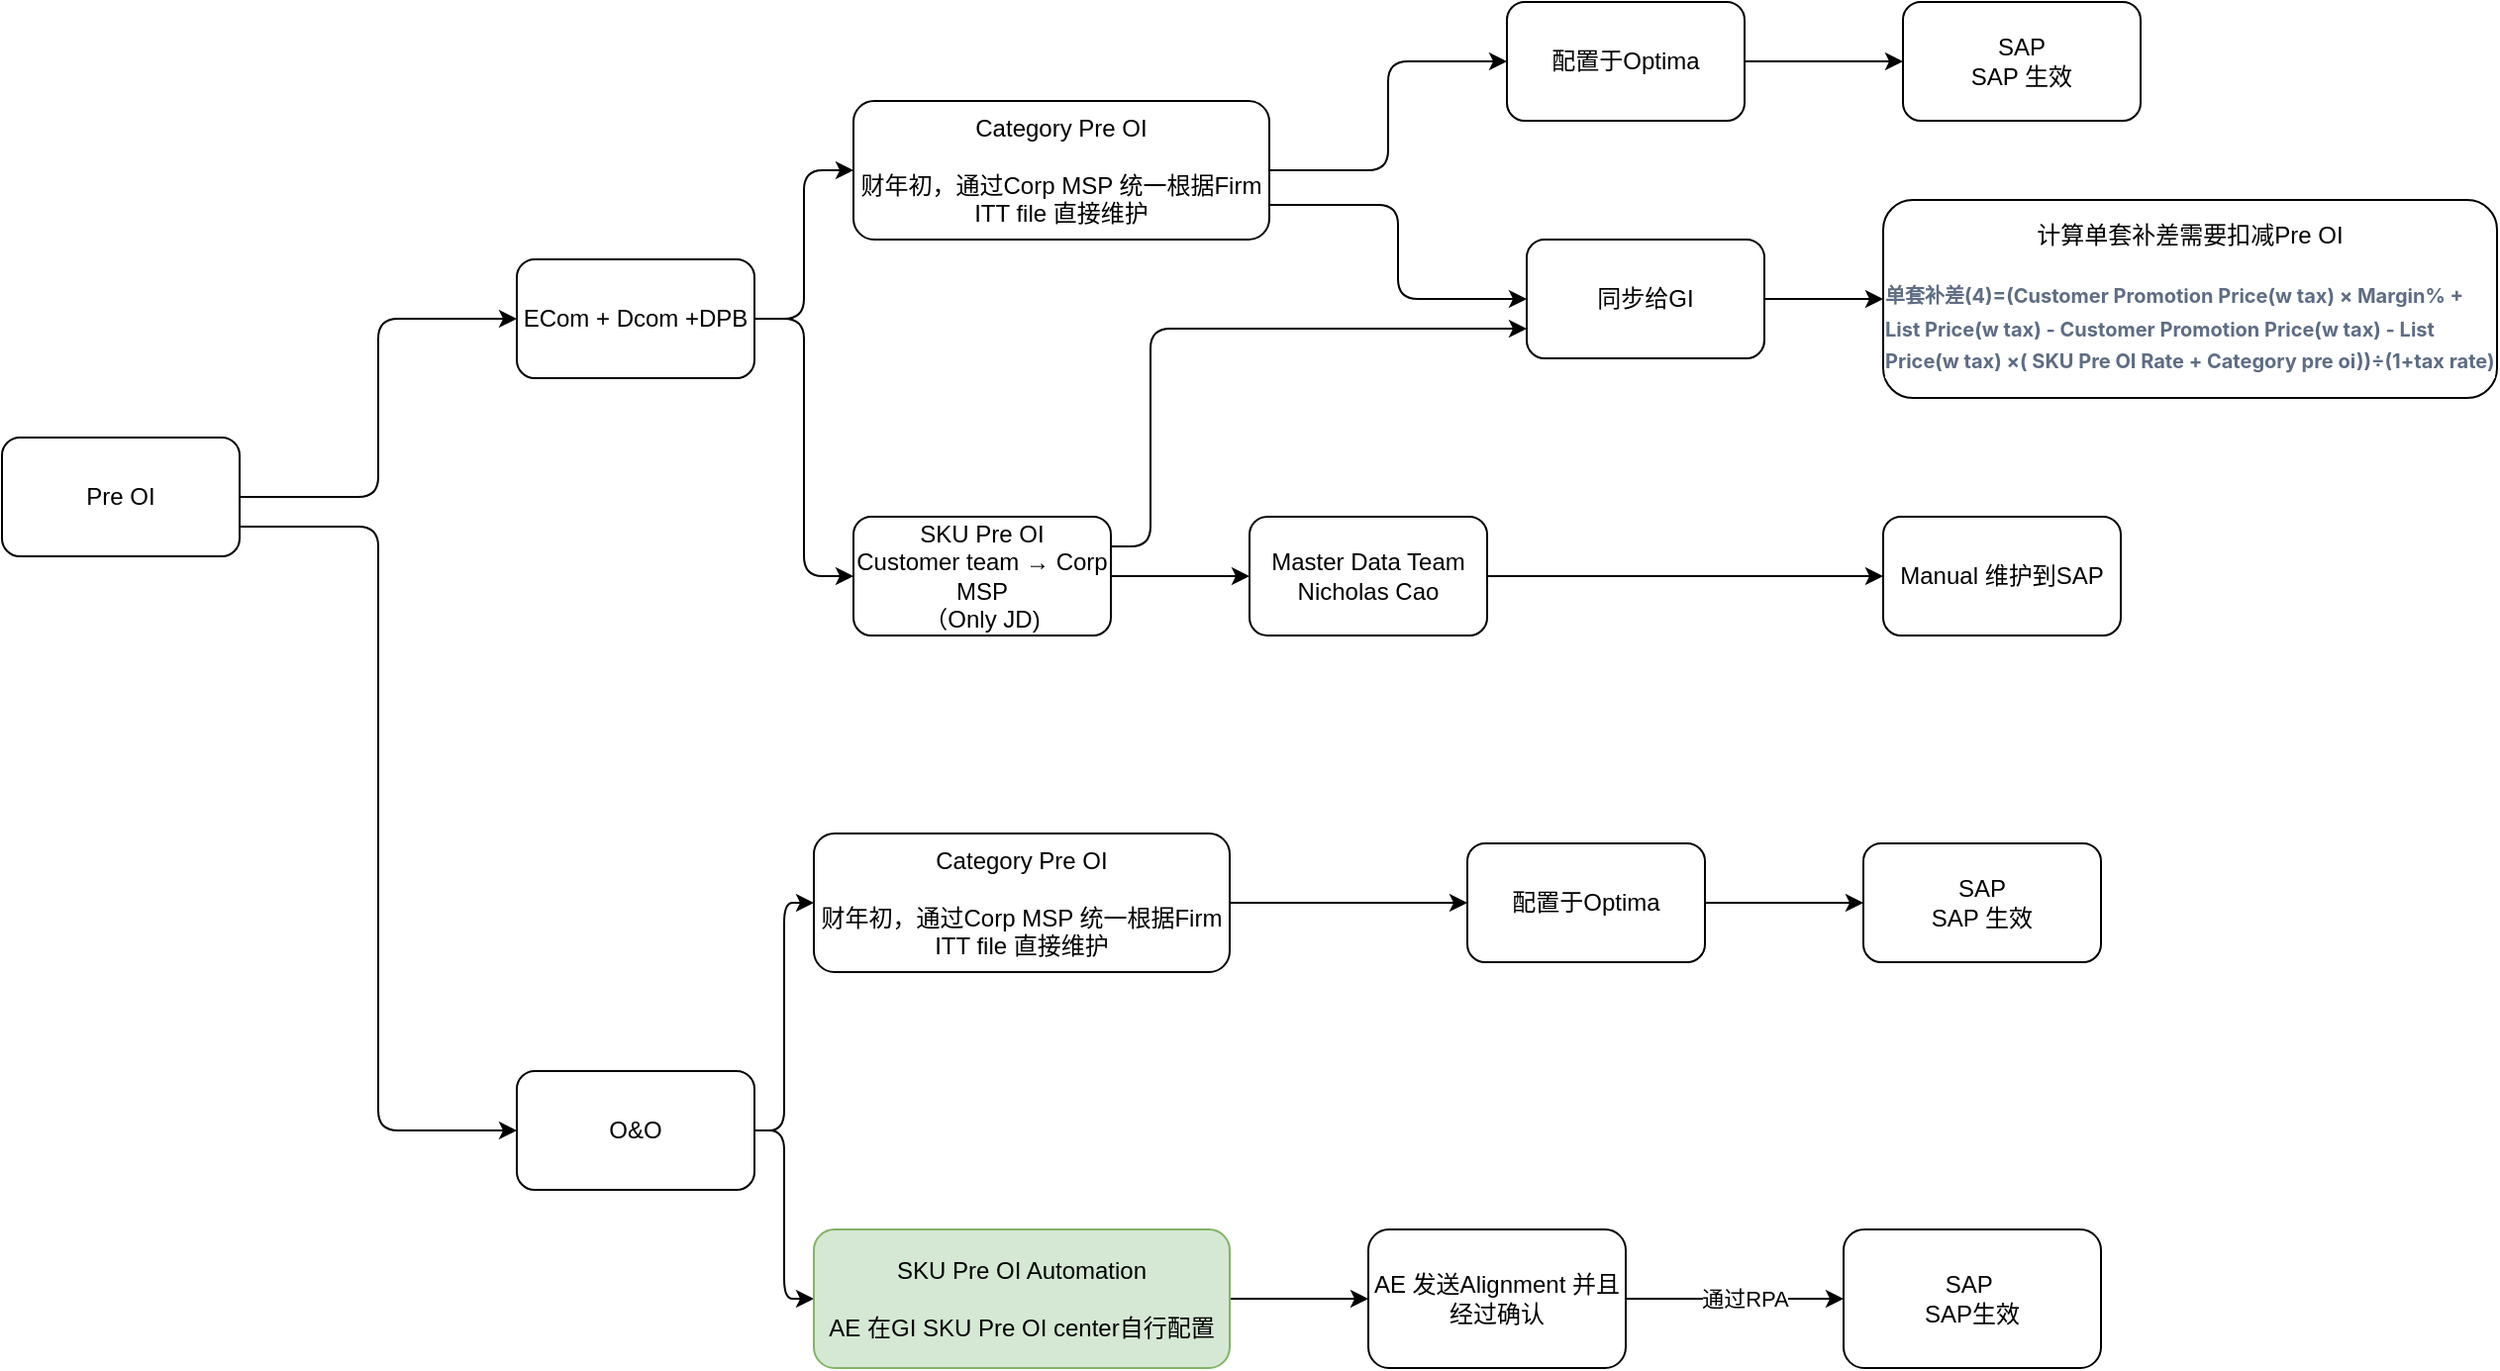
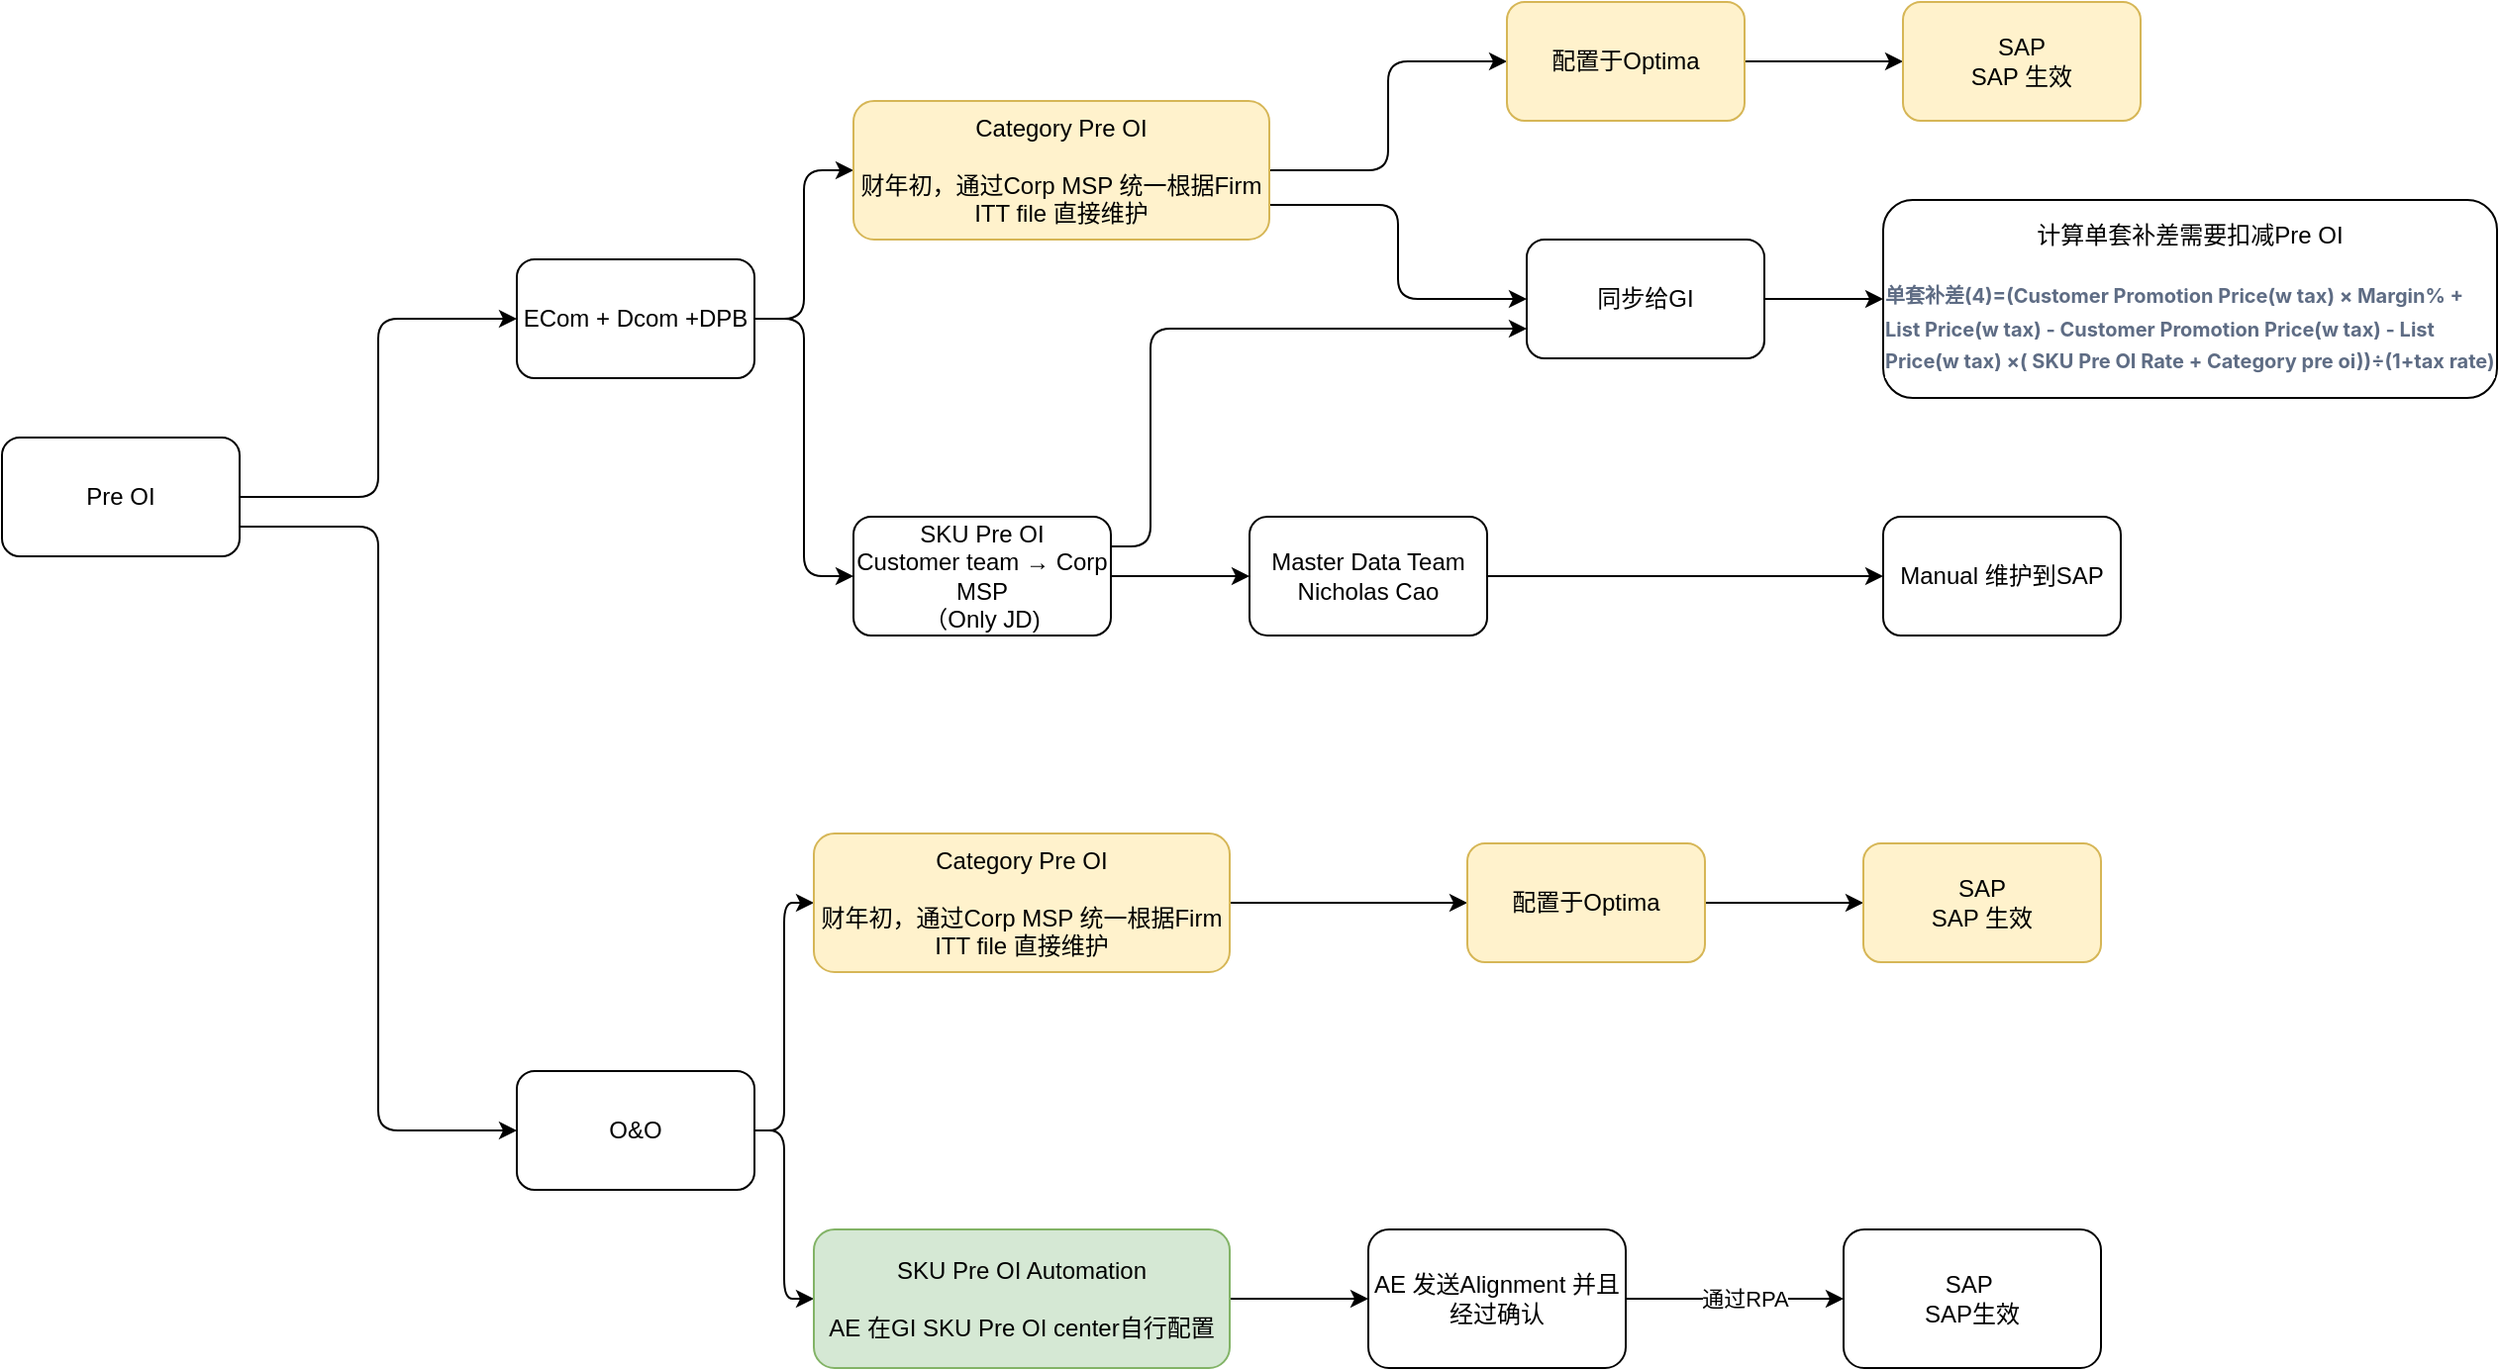
<mxfile host="65bd71144e">
    <diagram id="zqA71j66DJXRQublMG3Z" name="Page-1">
-         <mxGraphModel dx="1077" dy="702" grid="1" gridSize="10" guides="1" tooltips="1" connect="1" arrows="1" fold="1" page="1" pageScale="1" pageWidth="2000" pageHeight="2000" math="0" shadow="0">
+         <mxGraphModel dx="1029" dy="702" grid="1" gridSize="10" guides="1" tooltips="1" connect="1" arrows="1" fold="1" page="1" pageScale="1" pageWidth="2000" pageHeight="2000" math="0" shadow="0">
            <root>
                <mxCell id="0"/>
                <mxCell id="1" parent="0"/>
-                 <mxCell id="5" style="edgeStyle=orthogonalEdgeStyle;html=1;exitX=1;exitY=0.5;exitDx=0;exitDy=0;entryX=0;entryY=0.5;entryDx=0;entryDy=0;" edge="1" parent="1" source="2" target="3">
+                 <mxCell id="5" style="edgeStyle=orthogonalEdgeStyle;html=1;exitX=1;exitY=0.5;exitDx=0;exitDy=0;entryX=0;entryY=0.5;entryDx=0;entryDy=0;" parent="1" source="2" target="3" edge="1">
                    <mxGeometry relative="1" as="geometry"/>
                </mxCell>
-                 <mxCell id="25" style="edgeStyle=orthogonalEdgeStyle;html=1;exitX=1;exitY=0.75;exitDx=0;exitDy=0;entryX=0;entryY=0.5;entryDx=0;entryDy=0;" edge="1" parent="1" source="2" target="4">
+                 <mxCell id="25" style="edgeStyle=orthogonalEdgeStyle;html=1;exitX=1;exitY=0.75;exitDx=0;exitDy=0;entryX=0;entryY=0.5;entryDx=0;entryDy=0;" parent="1" source="2" target="4" edge="1">
                    <mxGeometry relative="1" as="geometry"/>
                </mxCell>
-                 <mxCell id="2" value="Pre OI" style="rounded=1;whiteSpace=wrap;html=1;" vertex="1" parent="1">
+                 <mxCell id="2" value="Pre OI" style="rounded=1;whiteSpace=wrap;html=1;" parent="1" vertex="1">
                    <mxGeometry x="110" y="390" width="120" height="60" as="geometry"/>
                </mxCell>
-                 <mxCell id="8" style="edgeStyle=orthogonalEdgeStyle;html=1;exitX=1;exitY=0.5;exitDx=0;exitDy=0;entryX=0;entryY=0.5;entryDx=0;entryDy=0;" edge="1" parent="1" source="3" target="6">
+                 <mxCell id="8" style="edgeStyle=orthogonalEdgeStyle;html=1;exitX=1;exitY=0.5;exitDx=0;exitDy=0;entryX=0;entryY=0.5;entryDx=0;entryDy=0;" parent="1" source="3" target="6" edge="1">
                    <mxGeometry relative="1" as="geometry"/>
                </mxCell>
-                 <mxCell id="9" style="edgeStyle=orthogonalEdgeStyle;html=1;exitX=1;exitY=0.5;exitDx=0;exitDy=0;entryX=0;entryY=0.5;entryDx=0;entryDy=0;" edge="1" parent="1" source="3" target="7">
+                 <mxCell id="9" style="edgeStyle=orthogonalEdgeStyle;html=1;exitX=1;exitY=0.5;exitDx=0;exitDy=0;entryX=0;entryY=0.5;entryDx=0;entryDy=0;" parent="1" source="3" target="7" edge="1">
                    <mxGeometry relative="1" as="geometry"/>
                </mxCell>
-                 <mxCell id="3" value="ECom + Dcom +DPB" style="rounded=1;whiteSpace=wrap;html=1;" vertex="1" parent="1">
+                 <mxCell id="3" value="ECom + Dcom +DPB" style="rounded=1;whiteSpace=wrap;html=1;" parent="1" vertex="1">
                    <mxGeometry x="370" y="300" width="120" height="60" as="geometry"/>
                </mxCell>
-                 <mxCell id="34" style="edgeStyle=orthogonalEdgeStyle;html=1;exitX=1;exitY=0.5;exitDx=0;exitDy=0;entryX=0;entryY=0.5;entryDx=0;entryDy=0;" edge="1" parent="1" source="4" target="26">
+                 <mxCell id="34" style="edgeStyle=orthogonalEdgeStyle;html=1;exitX=1;exitY=0.5;exitDx=0;exitDy=0;entryX=0;entryY=0.5;entryDx=0;entryDy=0;" parent="1" source="4" target="26" edge="1">
                    <mxGeometry relative="1" as="geometry"/>
                </mxCell>
-                 <mxCell id="35" style="edgeStyle=orthogonalEdgeStyle;html=1;exitX=1;exitY=0.5;exitDx=0;exitDy=0;entryX=0;entryY=0.5;entryDx=0;entryDy=0;" edge="1" parent="1" source="4" target="33">
+                 <mxCell id="35" style="edgeStyle=orthogonalEdgeStyle;html=1;exitX=1;exitY=0.5;exitDx=0;exitDy=0;entryX=0;entryY=0.5;entryDx=0;entryDy=0;" parent="1" source="4" target="33" edge="1">
                    <mxGeometry relative="1" as="geometry"/>
                </mxCell>
-                 <mxCell id="4" value="O&amp;amp;O" style="rounded=1;whiteSpace=wrap;html=1;" vertex="1" parent="1">
+                 <mxCell id="4" value="O&amp;amp;O" style="rounded=1;whiteSpace=wrap;html=1;" parent="1" vertex="1">
                    <mxGeometry x="370" y="710" width="120" height="60" as="geometry"/>
                </mxCell>
-                 <mxCell id="11" style="edgeStyle=orthogonalEdgeStyle;html=1;exitX=1;exitY=0.5;exitDx=0;exitDy=0;entryX=0;entryY=0.5;entryDx=0;entryDy=0;" edge="1" parent="1" source="6" target="10">
+                 <mxCell id="11" style="edgeStyle=orthogonalEdgeStyle;html=1;exitX=1;exitY=0.5;exitDx=0;exitDy=0;entryX=0;entryY=0.5;entryDx=0;entryDy=0;" parent="1" source="6" target="10" edge="1">
                    <mxGeometry relative="1" as="geometry"/>
                </mxCell>
-                 <mxCell id="14" style="edgeStyle=orthogonalEdgeStyle;html=1;exitX=1;exitY=0.75;exitDx=0;exitDy=0;entryX=0;entryY=0.5;entryDx=0;entryDy=0;" edge="1" parent="1" source="6" target="12">
+                 <mxCell id="14" style="edgeStyle=orthogonalEdgeStyle;html=1;exitX=1;exitY=0.75;exitDx=0;exitDy=0;entryX=0;entryY=0.5;entryDx=0;entryDy=0;" parent="1" source="6" target="12" edge="1">
                    <mxGeometry relative="1" as="geometry"/>
                </mxCell>
-                 <mxCell id="6" value="Category Pre OI&lt;div&gt;&lt;br&gt;&lt;/div&gt;&lt;div&gt;财年初，通过Corp MSP 统一根据Firm ITT file 直接维护&lt;/div&gt;" style="rounded=1;whiteSpace=wrap;html=1;" vertex="1" parent="1">
+                 <mxCell id="6" value="Category Pre OI&lt;div&gt;&lt;br&gt;&lt;/div&gt;&lt;div&gt;财年初，通过Corp MSP 统一根据Firm ITT file 直接维护&lt;/div&gt;" style="rounded=1;whiteSpace=wrap;html=1;fillColor=#fff2cc;strokeColor=#d6b656;" parent="1" vertex="1">
                    <mxGeometry x="540" y="220" width="210" height="70" as="geometry"/>
                </mxCell>
-                 <mxCell id="20" style="edgeStyle=none;html=1;exitX=1;exitY=0.5;exitDx=0;exitDy=0;" edge="1" parent="1" source="7" target="19">
+                 <mxCell id="20" style="edgeStyle=none;html=1;exitX=1;exitY=0.5;exitDx=0;exitDy=0;" parent="1" source="7" target="19" edge="1">
                    <mxGeometry relative="1" as="geometry"/>
                </mxCell>
-                 <mxCell id="24" style="edgeStyle=orthogonalEdgeStyle;html=1;exitX=1;exitY=0.25;exitDx=0;exitDy=0;entryX=0;entryY=0.75;entryDx=0;entryDy=0;" edge="1" parent="1" source="7" target="12">
+                 <mxCell id="24" style="edgeStyle=orthogonalEdgeStyle;html=1;exitX=1;exitY=0.25;exitDx=0;exitDy=0;entryX=0;entryY=0.75;entryDx=0;entryDy=0;" parent="1" source="7" target="12" edge="1">
                    <mxGeometry relative="1" as="geometry">
                        <Array as="points">
                            <mxPoint x="690" y="445"/>
                            <mxPoint x="690" y="335"/>
                        </Array>
                    </mxGeometry>
                </mxCell>
-                 <mxCell id="7" value="SKU Pre OI&lt;div&gt;Customer team → Corp MSP&lt;/div&gt;&lt;div&gt;（Only JD)&lt;/div&gt;" style="rounded=1;whiteSpace=wrap;html=1;" vertex="1" parent="1">
+                 <mxCell id="7" value="SKU Pre OI&lt;div&gt;Customer team → Corp MSP&lt;/div&gt;&lt;div&gt;（Only JD)&lt;/div&gt;" style="rounded=1;whiteSpace=wrap;html=1;" parent="1" vertex="1">
                    <mxGeometry x="540" y="430" width="130" height="60" as="geometry"/>
                </mxCell>
-                 <mxCell id="16" style="edgeStyle=none;html=1;exitX=1;exitY=0.5;exitDx=0;exitDy=0;" edge="1" parent="1" source="10" target="15">
+                 <mxCell id="16" style="edgeStyle=none;html=1;exitX=1;exitY=0.5;exitDx=0;exitDy=0;" parent="1" source="10" target="15" edge="1">
                    <mxGeometry relative="1" as="geometry"/>
                </mxCell>
-                 <mxCell id="10" value="配置于Optima" style="rounded=1;whiteSpace=wrap;html=1;" vertex="1" parent="1">
+                 <mxCell id="10" value="配置于Optima" style="rounded=1;whiteSpace=wrap;html=1;fillColor=#fff2cc;strokeColor=#d6b656;" parent="1" vertex="1">
                    <mxGeometry x="870" y="170" width="120" height="60" as="geometry"/>
                </mxCell>
-                 <mxCell id="18" style="edgeStyle=orthogonalEdgeStyle;html=1;exitX=1;exitY=0.5;exitDx=0;exitDy=0;entryX=0;entryY=0.5;entryDx=0;entryDy=0;" edge="1" parent="1" source="12" target="17">
+                 <mxCell id="18" style="edgeStyle=orthogonalEdgeStyle;html=1;exitX=1;exitY=0.5;exitDx=0;exitDy=0;entryX=0;entryY=0.5;entryDx=0;entryDy=0;" parent="1" source="12" target="17" edge="1">
                    <mxGeometry relative="1" as="geometry"/>
                </mxCell>
-                 <mxCell id="12" value="同步给GI" style="rounded=1;whiteSpace=wrap;html=1;" vertex="1" parent="1">
+                 <mxCell id="12" value="同步给GI" style="rounded=1;whiteSpace=wrap;html=1;" parent="1" vertex="1">
                    <mxGeometry x="880" y="290" width="120" height="60" as="geometry"/>
                </mxCell>
-                 <mxCell id="15" value="SAP&lt;div&gt;SAP 生效&lt;/div&gt;" style="rounded=1;whiteSpace=wrap;html=1;" vertex="1" parent="1">
+                 <mxCell id="15" value="SAP&lt;div&gt;SAP 生效&lt;/div&gt;" style="rounded=1;whiteSpace=wrap;html=1;fillColor=#fff2cc;strokeColor=#d6b656;" parent="1" vertex="1">
                    <mxGeometry x="1070" y="170" width="120" height="60" as="geometry"/>
                </mxCell>
-                 <mxCell id="17" value="计算单套补差需要扣减Pre OI&lt;div&gt;&lt;br&gt;&lt;/div&gt;&lt;div&gt;&lt;h5 style=&quot;margin: 0px; padding: 0px; line-height: 1.66667; color: rgb(94, 108, 132); font-family: -apple-system, BlinkMacSystemFont, &amp;quot;Segoe UI&amp;quot;, Roboto, Oxygen, Ubuntu, &amp;quot;Fira Sans&amp;quot;, &amp;quot;Droid Sans&amp;quot;, &amp;quot;Helvetica Neue&amp;quot;, sans-serif; text-align: start; background-color: rgb(255, 255, 255);&quot; id=&quot;B02010203单套补差[Investment(w/otax)]业务逻辑与系统mapping-单套补差剔除LongTermPreOI和HighLowPreOI：单套补差(4)=(CustomerPromotionPrice(wtax)×Margin%+ListPrice(wtax)-CustomerPromotionPrice(wtax)-ListPrice(wtax)×(High-LowPreOIRate+Longtermpreoi))÷(1+taxrate)&quot;&gt;&lt;font style=&quot;font-size: 10px;&quot;&gt;单套补差(4)=(Customer Promotion Price(w tax) × Margin% + List Price(w tax) - Customer Promotion Price(w tax) - List Price(w tax) ×( SKU Pre OI Rate + Category pre oi))÷(1+tax rate)&lt;/font&gt;&lt;/h5&gt;&lt;/div&gt;" style="rounded=1;whiteSpace=wrap;html=1;" vertex="1" parent="1">
+                 <mxCell id="17" value="计算单套补差需要扣减Pre OI&lt;div&gt;&lt;br&gt;&lt;/div&gt;&lt;div&gt;&lt;h5 style=&quot;margin: 0px; padding: 0px; line-height: 1.66667; color: rgb(94, 108, 132); font-family: -apple-system, BlinkMacSystemFont, &amp;quot;Segoe UI&amp;quot;, Roboto, Oxygen, Ubuntu, &amp;quot;Fira Sans&amp;quot;, &amp;quot;Droid Sans&amp;quot;, &amp;quot;Helvetica Neue&amp;quot;, sans-serif; text-align: start; background-color: rgb(255, 255, 255);&quot; id=&quot;B02010203单套补差[Investment(w/otax)]业务逻辑与系统mapping-单套补差剔除LongTermPreOI和HighLowPreOI：单套补差(4)=(CustomerPromotionPrice(wtax)×Margin%+ListPrice(wtax)-CustomerPromotionPrice(wtax)-ListPrice(wtax)×(High-LowPreOIRate+Longtermpreoi))÷(1+taxrate)&quot;&gt;&lt;font style=&quot;font-size: 10px;&quot;&gt;单套补差(4)=(Customer Promotion Price(w tax) × Margin% + List Price(w tax) - Customer Promotion Price(w tax) - List Price(w tax) ×( SKU Pre OI Rate + Category pre oi))÷(1+tax rate)&lt;/font&gt;&lt;/h5&gt;&lt;/div&gt;" style="rounded=1;whiteSpace=wrap;html=1;" parent="1" vertex="1">
                    <mxGeometry x="1060" y="270" width="310" height="100" as="geometry"/>
                </mxCell>
-                 <mxCell id="23" style="edgeStyle=none;html=1;exitX=1;exitY=0.5;exitDx=0;exitDy=0;entryX=0;entryY=0.5;entryDx=0;entryDy=0;" edge="1" parent="1" source="19" target="21">
+                 <mxCell id="23" style="edgeStyle=none;html=1;exitX=1;exitY=0.5;exitDx=0;exitDy=0;entryX=0;entryY=0.5;entryDx=0;entryDy=0;" parent="1" source="19" target="21" edge="1">
                    <mxGeometry relative="1" as="geometry"/>
                </mxCell>
-                 <mxCell id="19" value="Master Data Team&lt;div&gt;Nicholas Cao&lt;/div&gt;" style="rounded=1;whiteSpace=wrap;html=1;" vertex="1" parent="1">
+                 <mxCell id="19" value="Master Data Team&lt;div&gt;Nicholas Cao&lt;/div&gt;" style="rounded=1;whiteSpace=wrap;html=1;" parent="1" vertex="1">
                    <mxGeometry x="740" y="430" width="120" height="60" as="geometry"/>
                </mxCell>
-                 <mxCell id="21" value="Manual 维护到SAP" style="rounded=1;whiteSpace=wrap;html=1;" vertex="1" parent="1">
+                 <mxCell id="21" value="Manual 维护到SAP" style="rounded=1;whiteSpace=wrap;html=1;" parent="1" vertex="1">
                    <mxGeometry x="1060" y="430" width="120" height="60" as="geometry"/>
                </mxCell>
-                 <mxCell id="30" style="edgeStyle=orthogonalEdgeStyle;html=1;exitX=1;exitY=0.5;exitDx=0;exitDy=0;entryX=0;entryY=0.5;entryDx=0;entryDy=0;" edge="1" parent="1" source="26" target="27">
+                 <mxCell id="30" style="edgeStyle=orthogonalEdgeStyle;html=1;exitX=1;exitY=0.5;exitDx=0;exitDy=0;entryX=0;entryY=0.5;entryDx=0;entryDy=0;" parent="1" source="26" target="27" edge="1">
                    <mxGeometry relative="1" as="geometry"/>
                </mxCell>
-                 <mxCell id="26" value="Category Pre OI&lt;div&gt;&lt;br&gt;&lt;/div&gt;&lt;div&gt;财年初，通过Corp MSP 统一根据Firm ITT file 直接维护&lt;/div&gt;" style="rounded=1;whiteSpace=wrap;html=1;" vertex="1" parent="1">
+                 <mxCell id="26" value="Category Pre OI&lt;div&gt;&lt;br&gt;&lt;/div&gt;&lt;div&gt;财年初，通过Corp MSP 统一根据Firm ITT file 直接维护&lt;/div&gt;" style="rounded=1;whiteSpace=wrap;html=1;fillColor=#fff2cc;strokeColor=#d6b656;" parent="1" vertex="1">
                    <mxGeometry x="520" y="590" width="210" height="70" as="geometry"/>
                </mxCell>
-                 <mxCell id="31" style="edgeStyle=orthogonalEdgeStyle;html=1;exitX=1;exitY=0.5;exitDx=0;exitDy=0;entryX=0;entryY=0.5;entryDx=0;entryDy=0;" edge="1" parent="1" source="27" target="28">
+                 <mxCell id="31" style="edgeStyle=orthogonalEdgeStyle;html=1;exitX=1;exitY=0.5;exitDx=0;exitDy=0;entryX=0;entryY=0.5;entryDx=0;entryDy=0;" parent="1" source="27" target="28" edge="1">
                    <mxGeometry relative="1" as="geometry"/>
                </mxCell>
-                 <mxCell id="27" value="配置于Optima" style="rounded=1;whiteSpace=wrap;html=1;" vertex="1" parent="1">
+                 <mxCell id="27" value="配置于Optima" style="rounded=1;whiteSpace=wrap;html=1;fillColor=#fff2cc;strokeColor=#d6b656;" parent="1" vertex="1">
                    <mxGeometry x="850" y="595" width="120" height="60" as="geometry"/>
                </mxCell>
-                 <mxCell id="28" value="SAP&lt;div&gt;SAP 生效&lt;/div&gt;" style="rounded=1;whiteSpace=wrap;html=1;" vertex="1" parent="1">
+                 <mxCell id="28" value="SAP&lt;div&gt;SAP 生效&lt;/div&gt;" style="rounded=1;whiteSpace=wrap;html=1;fillColor=#fff2cc;strokeColor=#d6b656;" parent="1" vertex="1">
                    <mxGeometry x="1050" y="595" width="120" height="60" as="geometry"/>
                </mxCell>
-                 <mxCell id="37" style="edgeStyle=none;html=1;exitX=1;exitY=0.5;exitDx=0;exitDy=0;entryX=0;entryY=0.5;entryDx=0;entryDy=0;" edge="1" parent="1" source="33" target="36">
+                 <mxCell id="37" style="edgeStyle=none;html=1;exitX=1;exitY=0.5;exitDx=0;exitDy=0;entryX=0;entryY=0.5;entryDx=0;entryDy=0;" parent="1" source="33" target="36" edge="1">
                    <mxGeometry relative="1" as="geometry"/>
                </mxCell>
-                 <mxCell id="33" value="SKU Pre OI Automation&lt;div&gt;&lt;br&gt;&lt;/div&gt;&lt;div&gt;AE 在GI SKU Pre OI center自行配置&lt;/div&gt;" style="rounded=1;whiteSpace=wrap;html=1;fillColor=#d5e8d4;strokeColor=#82b366;" vertex="1" parent="1">
+                 <mxCell id="33" value="SKU Pre OI Automation&lt;div&gt;&lt;br&gt;&lt;/div&gt;&lt;div&gt;AE 在GI SKU Pre OI center自行配置&lt;/div&gt;" style="rounded=1;whiteSpace=wrap;html=1;fillColor=#d5e8d4;strokeColor=#82b366;" parent="1" vertex="1">
                    <mxGeometry x="520" y="790" width="210" height="70" as="geometry"/>
                </mxCell>
-                 <mxCell id="40" style="edgeStyle=none;html=1;exitX=1;exitY=0.5;exitDx=0;exitDy=0;entryX=0;entryY=0.5;entryDx=0;entryDy=0;" edge="1" parent="1" source="36" target="38">
+                 <mxCell id="40" style="edgeStyle=none;html=1;exitX=1;exitY=0.5;exitDx=0;exitDy=0;entryX=0;entryY=0.5;entryDx=0;entryDy=0;" parent="1" source="36" target="38" edge="1">
                    <mxGeometry relative="1" as="geometry"/>
                </mxCell>
-                 <mxCell id="41" value="通过RPA" style="edgeLabel;html=1;align=center;verticalAlign=middle;resizable=0;points=[];" vertex="1" connectable="0" parent="40">
+                 <mxCell id="41" value="通过RPA" style="edgeLabel;html=1;align=center;verticalAlign=middle;resizable=0;points=[];" parent="40" vertex="1" connectable="0">
                    <mxGeometry x="-0.3636" y="-2" relative="1" as="geometry">
                        <mxPoint x="25" y="-2" as="offset"/>
                    </mxGeometry>
                </mxCell>
-                 <mxCell id="36" value="AE 发送Alignment 并且经过确认" style="rounded=1;whiteSpace=wrap;html=1;" vertex="1" parent="1">
+                 <mxCell id="36" value="AE 发送Alignment 并且经过确认" style="rounded=1;whiteSpace=wrap;html=1;" parent="1" vertex="1">
                    <mxGeometry x="800" y="790" width="130" height="70" as="geometry"/>
                </mxCell>
-                 <mxCell id="38" value="SAP&amp;nbsp;&lt;div&gt;SAP生效&lt;/div&gt;" style="rounded=1;whiteSpace=wrap;html=1;" vertex="1" parent="1">
+                 <mxCell id="38" value="SAP&amp;nbsp;&lt;div&gt;SAP生效&lt;/div&gt;" style="rounded=1;whiteSpace=wrap;html=1;" parent="1" vertex="1">
                    <mxGeometry x="1040" y="790" width="130" height="70" as="geometry"/>
                </mxCell>
            </root>
        </mxGraphModel>
    </diagram>
</mxfile>